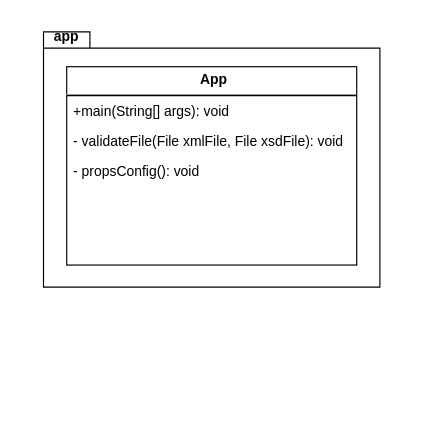
Delzye/bachelors_thesis_anton_mende keeps this draw.io diagram as img/drawio/cls_app.drawio. Above is the earlier version. Source tidied: cells renumbered, new cells numbered last; positions are measured from the earlier drawing's top-left corner, leaving out a move shared by most shapes. Both pictures are drawn from the tidied source at 116%, with x=0, y=0 at pixel (20, 20).
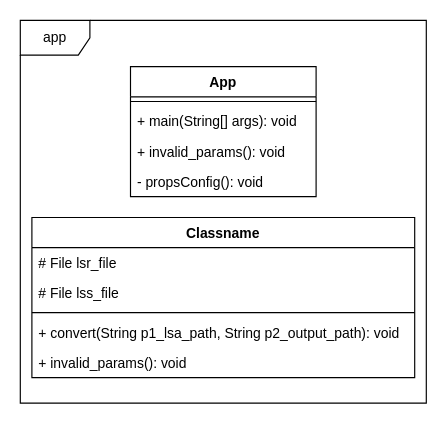
The same diagram, later.

The edit, as a diff of the source:
```diff
@@
 <mxGraphModel>
   <root>
     <mxCell id="0" />
     <mxCell id="1" parent="0" />
-    <mxCell id="2" style="shape=folder;fontStyle=1;spacingTop=10;tabWidth=40;tabHeight=14;tabPosition=left;html=1;" parent="1" vertex="1">
-      <mxGeometry x="20" y="10" width="290" height="220" as="geometry" />
-    </mxCell>
-    <mxCell id="3" value="app" style="text;align=center;fontStyle=1;verticalAlign=middle;spacingLeft=3;spacingRight=3;strokeColor=none;" parent="1" vertex="1">
-      <mxGeometry width="80" height="26" as="geometry" />
+    <mxCell id="3" value="app" style="shape=umlFrame;whiteSpace=wrap;html=1;" parent="1" vertex="1">
+      <mxGeometry width="350" height="330" as="geometry" />
     </mxCell>
-    <mxCell id="4" style="group;" parent="1" vertex="1">
-      <mxGeometry x="40" y="40" width="250" height="171" as="geometry" />
-    </mxCell>
-    <mxCell id="5" value="&lt;p style=&quot;margin: 0px ; margin-top: 4px ; text-align: center&quot;&gt;&lt;/p&gt;&lt;p style=&quot;text-align: center ; margin: 0px 0px 0px 4px&quot;&gt;&lt;b&gt;App&lt;/b&gt;&lt;/p&gt;&lt;hr size=&quot;1&quot;&gt;&lt;p style=&quot;margin: 0px ; margin-left: 4px&quot;&gt;&lt;br&gt;&lt;/p&gt;" style="verticalAlign=top;align=left;overflow=fill;fontSize=12;fontFamily=Helvetica;html=1;" parent="4" vertex="1">
-      <mxGeometry width="250" height="171" as="geometry" />
+    <mxCell id="5" value="App" style="swimlane;fontStyle=1;align=center;verticalAlign=top;horizontal=1;startSize=26;" parent="1" vertex="1">
+      <mxGeometry x="95" y="40" width="160" height="112" as="geometry" />
     </mxCell>
-    <mxCell id="6" style="line;strokeWidth=1;fillColor=none;align=left;verticalAlign=middle;spacingTop=-1;spacingLeft=3;spacingRight=3;labelPosition=right;" parent="4" vertex="1">
-      <mxGeometry y="21" width="250" height="8" as="geometry" />
-    </mxCell>
-    <mxCell id="7" value="- validateFile(File xmlFile, File xsdFile): void" style="text;strokeColor=none;fillColor=none;align=left;verticalAlign=top;spacingLeft=4;spacingRight=4;overflow=hidden;" parent="4" vertex="1">
-      <mxGeometry y="51" width="250" height="26" as="geometry" />
-    </mxCell>
-    <mxCell id="8" value="+main(String[] args): void" style="text;strokeColor=none;fillColor=none;align=left;verticalAlign=top;spacingLeft=4;spacingRight=4;overflow=hidden;" parent="4" vertex="1">
-      <mxGeometry y="25" width="160" height="26" as="geometry" />
-    </mxCell>
+    <mxCell id="10" style="line;strokeWidth=1;fillColor=none;align=left;verticalAlign=middle;spacingTop=-1;spacingLeft=3;spacingRight=3;labelPosition=right;" parent="5" vertex="1">
+      <mxGeometry y="26" width="160" height="8" as="geometry" />
+    </mxCell>
+    <mxCell id="11" value="+ main(String[] args): void" style="text;strokeColor=none;fillColor=none;align=left;verticalAlign=top;spacingLeft=4;spacingRight=4;overflow=hidden;" parent="5" vertex="1">
+      <mxGeometry y="34" width="160" height="26" as="geometry" />
+    </mxCell>
+    <mxCell id="12" value="+ invalid_params(): void" style="text;strokeColor=none;fillColor=none;align=left;verticalAlign=top;spacingLeft=4;spacingRight=4;overflow=hidden;" parent="5" vertex="1">
+      <mxGeometry y="60" width="160" height="26" as="geometry" />
+    </mxCell>
-    <mxCell id="9" value="- propsConfig(): void" style="text;strokeColor=none;fillColor=none;align=left;verticalAlign=top;spacingLeft=4;spacingRight=4;overflow=hidden;" parent="4" vertex="1">
-      <mxGeometry y="77" width="250" height="26" as="geometry" />
+    <mxCell id="9" value="- propsConfig(): void" style="text;strokeColor=none;fillColor=none;align=left;verticalAlign=top;spacingLeft=4;spacingRight=4;overflow=hidden;" parent="5" vertex="1">
+      <mxGeometry y="86" width="160" height="26" as="geometry" />
     </mxCell>
+    <mxCell id="13" value="Classname" style="swimlane;fontStyle=1;align=center;verticalAlign=top;horizontal=1;startSize=26;" parent="1" vertex="1">
+      <mxGeometry x="10" y="170" width="330" height="138" as="geometry" />
+    </mxCell>
+    <mxCell id="14" value="# File lsr_file" style="text;strokeColor=none;fillColor=none;align=left;verticalAlign=top;spacingLeft=4;spacingRight=4;overflow=hidden;" parent="13" vertex="1">
+      <mxGeometry y="26" width="330" height="26" as="geometry" />
+    </mxCell>
+    <mxCell id="15" value="# File lss_file" style="text;strokeColor=none;fillColor=none;align=left;verticalAlign=top;spacingLeft=4;spacingRight=4;overflow=hidden;" parent="13" vertex="1">
+      <mxGeometry y="52" width="330" height="26" as="geometry" />
+    </mxCell>
+    <mxCell id="16" style="line;strokeWidth=1;fillColor=none;align=left;verticalAlign=middle;spacingTop=-1;spacingLeft=3;spacingRight=3;labelPosition=right;" parent="13" vertex="1">
+      <mxGeometry y="78" width="330" height="8" as="geometry" />
+    </mxCell>
+    <mxCell id="17" value="+ convert(String p1_lsa_path, String p2_output_path): void" style="text;strokeColor=none;fillColor=none;align=left;verticalAlign=top;spacingLeft=4;spacingRight=4;overflow=hidden;" parent="13" vertex="1">
+      <mxGeometry y="86" width="330" height="26" as="geometry" />
+    </mxCell>
+    <mxCell id="18" value="+ invalid_params(): void" style="text;strokeColor=none;fillColor=none;align=left;verticalAlign=top;spacingLeft=4;spacingRight=4;overflow=hidden;" parent="13" vertex="1">
+      <mxGeometry y="112" width="330" height="26" as="geometry" />
+    </mxCell>
   </root>
 </mxGraphModel>
```
